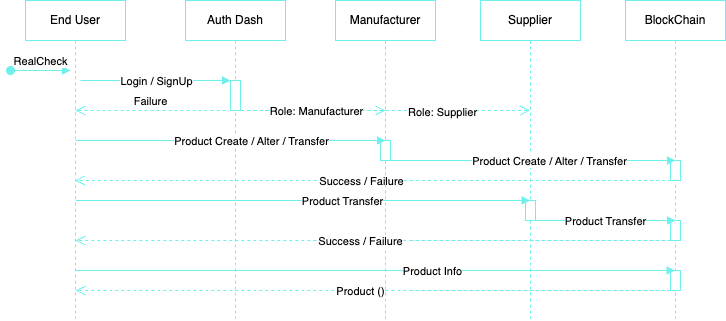
Above: misc/Sequence Diagram.png in Rounaknayee/RealCheck (draw.io), before the change. Source tidied: cells renumbered, new cells last; positions are measured from the earlier drawing's top-left corner, leaving out a move shared by most shapes.
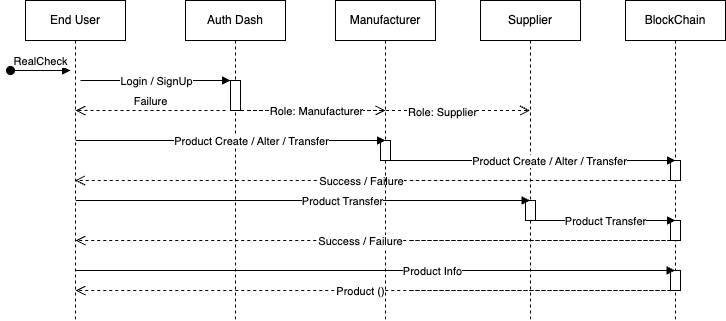
Above is the later version.

Diff of the diagram source:
```diff
@@ -2,22 +2,22 @@
   <root>
     <mxCell id="0" />
     <mxCell id="1" parent="0" />
-    <mxCell id="2" value="End User" style="shape=umlLifeline;perimeter=lifelinePerimeter;whiteSpace=wrap;html=1;outlineConnect=0;portConstraint=eastwest;newEdgeStyle={&quot;edgeStyle&quot;:&quot;elbowEdgeStyle&quot;,&quot;elbow&quot;:&quot;vertical&quot;,&quot;curved&quot;:0,&quot;rounded&quot;:0};strokeColor=#6ff0eb;" parent="1" vertex="1">
+    <mxCell id="2" value="End User" style="shape=umlLifeline;perimeter=lifelinePerimeter;whiteSpace=wrap;html=1;outlineConnect=0;portConstraint=eastwest;newEdgeStyle={&quot;edgeStyle&quot;:&quot;elbowEdgeStyle&quot;,&quot;elbow&quot;:&quot;vertical&quot;,&quot;curved&quot;:0,&quot;rounded&quot;:0};strokeColor=#000000;" parent="1" vertex="1">
       <mxGeometry x="15" width="100" height="320" as="geometry" />
     </mxCell>
-    <mxCell id="3" value="RealCheck" style="html=1;verticalAlign=bottom;startArrow=oval;endArrow=block;startSize=8;edgeStyle=elbowEdgeStyle;elbow=vertical;curved=0;rounded=0;strokeColor=#6ff0eb;" parent="2" edge="1">
+    <mxCell id="3" value="RealCheck" style="html=1;verticalAlign=bottom;startArrow=oval;endArrow=block;startSize=8;edgeStyle=elbowEdgeStyle;elbow=vertical;curved=0;rounded=0;strokeColor=#000000;" parent="2" edge="1">
       <mxGeometry relative="1" as="geometry">
         <mxPoint x="-15" y="70" as="sourcePoint" />
         <mxPoint x="45" y="70" as="targetPoint" />
       </mxGeometry>
     </mxCell>
-    <mxCell id="4" value="Auth Dash" style="shape=umlLifeline;perimeter=lifelinePerimeter;whiteSpace=wrap;html=1;outlineConnect=0;portConstraint=eastwest;newEdgeStyle={&quot;edgeStyle&quot;:&quot;elbowEdgeStyle&quot;,&quot;elbow&quot;:&quot;vertical&quot;,&quot;curved&quot;:0,&quot;rounded&quot;:0};strokeColor=#6ff0eb;" parent="1" vertex="1">
+    <mxCell id="4" value="Auth Dash" style="shape=umlLifeline;perimeter=lifelinePerimeter;whiteSpace=wrap;html=1;outlineConnect=0;portConstraint=eastwest;newEdgeStyle={&quot;edgeStyle&quot;:&quot;elbowEdgeStyle&quot;,&quot;elbow&quot;:&quot;vertical&quot;,&quot;curved&quot;:0,&quot;rounded&quot;:0};strokeColor=#000000;" parent="1" vertex="1">
       <mxGeometry x="175" width="100" height="320" as="geometry" />
     </mxCell>
-    <mxCell id="5" style="html=1;points=[];perimeter=orthogonalPerimeter;outlineConnect=0;targetShapes=umlLifeline;portConstraint=eastwest;newEdgeStyle={&quot;edgeStyle&quot;:&quot;elbowEdgeStyle&quot;,&quot;elbow&quot;:&quot;vertical&quot;,&quot;curved&quot;:0,&quot;rounded&quot;:0};strokeColor=#6ff0eb;" parent="4" vertex="1">
+    <mxCell id="5" style="html=1;points=[];perimeter=orthogonalPerimeter;outlineConnect=0;targetShapes=umlLifeline;portConstraint=eastwest;newEdgeStyle={&quot;edgeStyle&quot;:&quot;elbowEdgeStyle&quot;,&quot;elbow&quot;:&quot;vertical&quot;,&quot;curved&quot;:0,&quot;rounded&quot;:0};strokeColor=#000000;" parent="4" vertex="1">
       <mxGeometry x="45" y="80" width="10" height="30" as="geometry" />
     </mxCell>
-    <mxCell id="6" style="html=1;verticalAlign=bottom;endArrow=block;edgeStyle=elbowEdgeStyle;elbow=vertical;curved=0;rounded=0;strokeColor=#6ff0eb;" parent="1" edge="1" target="5">
+    <mxCell id="6" style="html=1;verticalAlign=bottom;endArrow=block;edgeStyle=elbowEdgeStyle;elbow=vertical;curved=0;rounded=0;strokeColor=#000000;" parent="1" edge="1" target="5">
       <mxGeometry relative="1" as="geometry">
         <mxPoint x="70" y="80" as="sourcePoint" />
         <Array as="points">
@@ -25,12 +25,12 @@
         </Array>
       </mxGeometry>
     </mxCell>
-    <mxCell id="7" value="Login / SignUp" style="edgeLabel;html=1;align=center;verticalAlign=middle;strokeColor=#6ff0eb;" parent="6" vertex="1">
+    <mxCell id="7" value="Login / SignUp" style="edgeLabel;html=1;align=center;verticalAlign=middle;strokeColor=#000000;" parent="6" vertex="1">
       <mxGeometry x="0.25" y="-2" relative="1" as="geometry">
         <mxPoint x="-19" y="-2" as="offset" />
       </mxGeometry>
     </mxCell>
-    <mxCell id="8" style="html=1;verticalAlign=bottom;endArrow=open;dashed=1;endSize=8;edgeStyle=elbowEdgeStyle;elbow=vertical;curved=0;rounded=0;strokeColor=#6ff0eb;" parent="1" edge="1">
+    <mxCell id="8" style="html=1;verticalAlign=bottom;endArrow=open;dashed=1;endSize=8;edgeStyle=elbowEdgeStyle;elbow=vertical;curved=0;rounded=0;strokeColor=#000000;" parent="1" edge="1">
       <mxGeometry relative="1" as="geometry">
         <mxPoint x="399.8" y="180" as="sourcePoint" />
         <mxPoint x="64.5" y="180" as="targetPoint" />
@@ -39,24 +39,24 @@
         </Array>
       </mxGeometry>
     </mxCell>
-    <mxCell id="9" value="Success / Failure" style="edgeLabel;html=1;align=center;verticalAlign=middle;strokeColor=#6ff0eb;" parent="8" vertex="1">
+    <mxCell id="9" value="Success / Failure" style="edgeLabel;html=1;align=center;verticalAlign=middle;strokeColor=#000000;" parent="8" vertex="1">
       <mxGeometry x="0.29" y="-2" relative="1" as="geometry">
         <mxPoint x="-24" y="2" as="offset" />
       </mxGeometry>
     </mxCell>
-    <mxCell id="10" value="Manufacturer" style="shape=umlLifeline;perimeter=lifelinePerimeter;whiteSpace=wrap;html=1;newEdgeStyle={&quot;edgeStyle&quot;:&quot;elbowEdgeStyle&quot;,&quot;elbow&quot;:&quot;vertical&quot;,&quot;curved&quot;:0,&quot;rounded&quot;:0};strokeColor=#6ff0eb;" parent="1" vertex="1">
+    <mxCell id="10" value="Manufacturer" style="shape=umlLifeline;perimeter=lifelinePerimeter;whiteSpace=wrap;html=1;newEdgeStyle={&quot;edgeStyle&quot;:&quot;elbowEdgeStyle&quot;,&quot;elbow&quot;:&quot;vertical&quot;,&quot;curved&quot;:0,&quot;rounded&quot;:0};strokeColor=#000000;" parent="1" vertex="1">
       <mxGeometry x="325" width="100" height="320" as="geometry" />
     </mxCell>
-    <mxCell id="11" style="html=1;perimeter=orthogonalPerimeter;targetShapes=umlLifeline;newEdgeStyle={&quot;edgeStyle&quot;:&quot;elbowEdgeStyle&quot;,&quot;elbow&quot;:&quot;vertical&quot;,&quot;curved&quot;:0,&quot;rounded&quot;:0};strokeColor=#6ff0eb;" parent="10" vertex="1">
+    <mxCell id="11" style="html=1;perimeter=orthogonalPerimeter;targetShapes=umlLifeline;newEdgeStyle={&quot;edgeStyle&quot;:&quot;elbowEdgeStyle&quot;,&quot;elbow&quot;:&quot;vertical&quot;,&quot;curved&quot;:0,&quot;rounded&quot;:0};strokeColor=#000000;" parent="10" vertex="1">
       <mxGeometry x="45" y="140" width="10" height="20" as="geometry" />
     </mxCell>
-    <mxCell id="12" value="Supplier" style="shape=umlLifeline;perimeter=lifelinePerimeter;whiteSpace=wrap;html=1;outlineConnect=0;portConstraint=eastwest;newEdgeStyle={&quot;edgeStyle&quot;:&quot;elbowEdgeStyle&quot;,&quot;elbow&quot;:&quot;vertical&quot;,&quot;curved&quot;:0,&quot;rounded&quot;:0};strokeColor=#6ff0eb;" parent="1" vertex="1">
+    <mxCell id="12" value="Supplier" style="shape=umlLifeline;perimeter=lifelinePerimeter;whiteSpace=wrap;html=1;outlineConnect=0;portConstraint=eastwest;newEdgeStyle={&quot;edgeStyle&quot;:&quot;elbowEdgeStyle&quot;,&quot;elbow&quot;:&quot;vertical&quot;,&quot;curved&quot;:0,&quot;rounded&quot;:0};strokeColor=#000000;" parent="1" vertex="1">
       <mxGeometry x="470" width="100" height="320" as="geometry" />
     </mxCell>
-    <mxCell id="13" style="html=1;perimeter=orthogonalPerimeter;targetShapes=umlLifeline;newEdgeStyle={&quot;edgeStyle&quot;:&quot;elbowEdgeStyle&quot;,&quot;elbow&quot;:&quot;vertical&quot;,&quot;curved&quot;:0,&quot;rounded&quot;:0};strokeColor=#6ff0eb;" parent="12" vertex="1">
+    <mxCell id="13" style="html=1;perimeter=orthogonalPerimeter;targetShapes=umlLifeline;newEdgeStyle={&quot;edgeStyle&quot;:&quot;elbowEdgeStyle&quot;,&quot;elbow&quot;:&quot;vertical&quot;,&quot;curved&quot;:0,&quot;rounded&quot;:0};strokeColor=#000000;" parent="12" vertex="1">
       <mxGeometry x="45" y="200" width="10" height="20" as="geometry" />
     </mxCell>
-    <mxCell id="14" style="html=1;verticalAlign=bottom;endArrow=open;dashed=1;endSize=8;edgeStyle=elbowEdgeStyle;elbow=vertical;curved=0;rounded=0;strokeColor=#6ff0eb;" parent="1" edge="1" target="12">
+    <mxCell id="14" style="html=1;verticalAlign=bottom;endArrow=open;dashed=1;endSize=8;edgeStyle=elbowEdgeStyle;elbow=vertical;curved=0;rounded=0;strokeColor=#000000;" parent="1" edge="1" target="12">
       <mxGeometry relative="1" as="geometry">
         <mxPoint x="237.5" y="110" as="sourcePoint" />
         <Array as="points">
@@ -64,10 +64,10 @@
         </Array>
       </mxGeometry>
     </mxCell>
-    <mxCell id="15" value="Role: Supplier" style="edgeLabel;html=1;align=center;verticalAlign=middle;strokeColor=#6ff0eb;" parent="14" vertex="1">
+    <mxCell id="15" value="Role: Supplier" style="edgeLabel;html=1;align=center;verticalAlign=middle;strokeColor=#000000;" parent="14" vertex="1">
       <mxGeometry x="0.38" y="-1" relative="1" as="geometry" />
     </mxCell>
-    <mxCell id="16" style="html=1;verticalAlign=bottom;endArrow=open;dashed=1;endSize=8;edgeStyle=elbowEdgeStyle;elbow=vertical;curved=0;rounded=0;strokeColor=#6ff0eb;" parent="1" edge="1" source="4">
+    <mxCell id="16" style="html=1;verticalAlign=bottom;endArrow=open;dashed=1;endSize=8;edgeStyle=elbowEdgeStyle;elbow=vertical;curved=0;rounded=0;strokeColor=#000000;" parent="1" edge="1" source="4">
       <mxGeometry relative="1" as="geometry">
         <mxPoint x="375" y="110" as="targetPoint" />
         <Array as="points">
@@ -75,10 +75,10 @@
         </Array>
       </mxGeometry>
     </mxCell>
-    <mxCell id="17" value="Role: Manufacturer" style="edgeLabel;html=1;align=center;verticalAlign=middle;strokeColor=#6ff0eb;" parent="16" vertex="1">
+    <mxCell id="17" value="Role: Manufacturer" style="edgeLabel;html=1;align=center;verticalAlign=middle;strokeColor=#000000;" parent="16" vertex="1">
       <mxGeometry x="0.08" relative="1" as="geometry" />
     </mxCell>
-    <mxCell id="18" style="html=1;verticalAlign=bottom;endArrow=block;edgeStyle=elbowEdgeStyle;elbow=vertical;curved=0;rounded=0;strokeColor=#6ff0eb;" parent="1" edge="1">
+    <mxCell id="18" style="html=1;verticalAlign=bottom;endArrow=block;edgeStyle=elbowEdgeStyle;elbow=vertical;curved=0;rounded=0;strokeColor=#000000;" parent="1" edge="1">
       <mxGeometry relative="1" as="geometry">
         <mxPoint x="65.2" y="140" as="sourcePoint" />
         <mxPoint x="375" y="140" as="targetPoint" />
@@ -87,12 +87,12 @@
         </Array>
       </mxGeometry>
     </mxCell>
-    <mxCell id="19" value="Product Create / Alter / Transfer" style="edgeLabel;html=1;align=center;verticalAlign=middle;strokeColor=#6ff0eb;" parent="18" vertex="1">
+    <mxCell id="19" value="Product Create / Alter / Transfer" style="edgeLabel;html=1;align=center;verticalAlign=middle;strokeColor=#000000;" parent="18" vertex="1">
       <mxGeometry x="0.25" y="-2" relative="1" as="geometry">
         <mxPoint x="-19" y="-2" as="offset" />
       </mxGeometry>
     </mxCell>
-    <mxCell id="20" value="Failure" style="html=1;verticalAlign=bottom;endArrow=open;dashed=1;endSize=8;edgeStyle=elbowEdgeStyle;elbow=vertical;curved=0;rounded=0;strokeColor=#6ff0eb;" parent="1" edge="1">
+    <mxCell id="20" value="Failure" style="html=1;verticalAlign=bottom;endArrow=open;dashed=1;endSize=8;edgeStyle=elbowEdgeStyle;elbow=vertical;curved=0;rounded=0;strokeColor=#000000;" parent="1" edge="1">
       <mxGeometry relative="1" as="geometry">
         <mxPoint x="215" y="110" as="sourcePoint" />
         <mxPoint x="65" y="110" as="targetPoint" />
@@ -101,7 +101,7 @@
         </Array>
       </mxGeometry>
     </mxCell>
-    <mxCell id="21" style="html=1;verticalAlign=bottom;endArrow=block;edgeStyle=elbowEdgeStyle;elbow=vertical;curved=0;rounded=0;strokeColor=#6ff0eb;" parent="1" edge="1" target="12">
+    <mxCell id="21" style="html=1;verticalAlign=bottom;endArrow=block;edgeStyle=elbowEdgeStyle;elbow=vertical;curved=0;rounded=0;strokeColor=#000000;" parent="1" edge="1" target="12">
       <mxGeometry relative="1" as="geometry">
         <mxPoint x="65.2" y="200" as="sourcePoint" />
         <Array as="points">
@@ -109,24 +109,24 @@
         </Array>
       </mxGeometry>
     </mxCell>
-    <mxCell id="22" value="Product Transfer" style="edgeLabel;html=1;align=center;verticalAlign=middle;strokeColor=#6ff0eb;" parent="21" vertex="1">
+    <mxCell id="22" value="Product Transfer" style="edgeLabel;html=1;align=center;verticalAlign=middle;strokeColor=#000000;" parent="21" vertex="1">
       <mxGeometry x="0.25" y="-2" relative="1" as="geometry">
         <mxPoint x="-19" y="-2" as="offset" />
       </mxGeometry>
     </mxCell>
-    <mxCell id="23" value="BlockChain" style="shape=umlLifeline;perimeter=lifelinePerimeter;whiteSpace=wrap;html=1;outlineConnect=0;portConstraint=eastwest;newEdgeStyle={&quot;edgeStyle&quot;:&quot;elbowEdgeStyle&quot;,&quot;elbow&quot;:&quot;vertical&quot;,&quot;curved&quot;:0,&quot;rounded&quot;:0};strokeColor=#6ff0eb;" parent="1" vertex="1">
+    <mxCell id="23" value="BlockChain" style="shape=umlLifeline;perimeter=lifelinePerimeter;whiteSpace=wrap;html=1;outlineConnect=0;portConstraint=eastwest;newEdgeStyle={&quot;edgeStyle&quot;:&quot;elbowEdgeStyle&quot;,&quot;elbow&quot;:&quot;vertical&quot;,&quot;curved&quot;:0,&quot;rounded&quot;:0};strokeColor=#000000;" parent="1" vertex="1">
       <mxGeometry x="615" width="100" height="320" as="geometry" />
     </mxCell>
-    <mxCell id="24" style="html=1;perimeter=orthogonalPerimeter;targetShapes=umlLifeline;newEdgeStyle={&quot;edgeStyle&quot;:&quot;elbowEdgeStyle&quot;,&quot;elbow&quot;:&quot;vertical&quot;,&quot;curved&quot;:0,&quot;rounded&quot;:0};strokeColor=#6ff0eb;" parent="23" vertex="1">
+    <mxCell id="24" style="html=1;perimeter=orthogonalPerimeter;targetShapes=umlLifeline;newEdgeStyle={&quot;edgeStyle&quot;:&quot;elbowEdgeStyle&quot;,&quot;elbow&quot;:&quot;vertical&quot;,&quot;curved&quot;:0,&quot;rounded&quot;:0};strokeColor=#000000;" parent="23" vertex="1">
       <mxGeometry x="45" y="160" width="10" height="20" as="geometry" />
     </mxCell>
-    <mxCell id="25" style="html=1;perimeter=orthogonalPerimeter;targetShapes=umlLifeline;newEdgeStyle={&quot;edgeStyle&quot;:&quot;elbowEdgeStyle&quot;,&quot;elbow&quot;:&quot;vertical&quot;,&quot;curved&quot;:0,&quot;rounded&quot;:0};strokeColor=#6ff0eb;" parent="23" vertex="1">
+    <mxCell id="25" style="html=1;perimeter=orthogonalPerimeter;targetShapes=umlLifeline;newEdgeStyle={&quot;edgeStyle&quot;:&quot;elbowEdgeStyle&quot;,&quot;elbow&quot;:&quot;vertical&quot;,&quot;curved&quot;:0,&quot;rounded&quot;:0};strokeColor=#000000;" parent="23" vertex="1">
       <mxGeometry x="45" y="220" width="10" height="20" as="geometry" />
     </mxCell>
-    <mxCell id="26" style="html=1;perimeter=orthogonalPerimeter;targetShapes=umlLifeline;newEdgeStyle={&quot;edgeStyle&quot;:&quot;elbowEdgeStyle&quot;,&quot;elbow&quot;:&quot;vertical&quot;,&quot;curved&quot;:0,&quot;rounded&quot;:0};strokeColor=#6ff0eb;" parent="23" vertex="1">
+    <mxCell id="26" style="html=1;perimeter=orthogonalPerimeter;targetShapes=umlLifeline;newEdgeStyle={&quot;edgeStyle&quot;:&quot;elbowEdgeStyle&quot;,&quot;elbow&quot;:&quot;vertical&quot;,&quot;curved&quot;:0,&quot;rounded&quot;:0};" parent="23" vertex="1">
       <mxGeometry x="45" y="270" width="10" height="20" as="geometry" />
     </mxCell>
-    <mxCell id="27" style="html=1;verticalAlign=bottom;endArrow=block;edgeStyle=elbowEdgeStyle;elbow=vertical;curved=0;rounded=0;strokeColor=#6ff0eb;" parent="1" edge="1">
+    <mxCell id="27" style="html=1;verticalAlign=bottom;endArrow=block;edgeStyle=elbowEdgeStyle;elbow=vertical;curved=0;rounded=0;strokeColor=#000000;" parent="1" edge="1">
       <mxGeometry relative="1" as="geometry">
         <mxPoint x="375.1" y="160" as="sourcePoint" />
         <mxPoint x="665" y="160" as="targetPoint" />
@@ -135,12 +135,12 @@
         </Array>
       </mxGeometry>
     </mxCell>
-    <mxCell id="28" value="Product Create / Alter / Transfer" style="edgeLabel;html=1;align=center;verticalAlign=middle;strokeColor=#6ff0eb;" parent="27" vertex="1">
+    <mxCell id="28" value="Product Create / Alter / Transfer" style="edgeLabel;html=1;align=center;verticalAlign=middle;strokeColor=#000000;" parent="27" vertex="1">
       <mxGeometry x="0.25" y="-2" relative="1" as="geometry">
         <mxPoint x="-19" y="-2" as="offset" />
       </mxGeometry>
     </mxCell>
-    <mxCell id="29" style="html=1;verticalAlign=bottom;endArrow=block;edgeStyle=elbowEdgeStyle;elbow=vertical;curved=0;rounded=0;strokeColor=#6ff0eb;" parent="1" edge="1">
+    <mxCell id="29" style="html=1;verticalAlign=bottom;endArrow=block;edgeStyle=elbowEdgeStyle;elbow=vertical;curved=0;rounded=0;strokeColor=#000000;" parent="1" edge="1">
       <mxGeometry relative="1" as="geometry">
         <mxPoint x="525" y="220" as="sourcePoint" />
         <mxPoint x="665" y="220" as="targetPoint" />
@@ -149,12 +149,12 @@
         </Array>
       </mxGeometry>
     </mxCell>
-    <mxCell id="30" value="Product Transfer" style="edgeLabel;html=1;align=center;verticalAlign=middle;strokeColor=#6ff0eb;" parent="29" vertex="1">
+    <mxCell id="30" value="Product Transfer" style="edgeLabel;html=1;align=center;verticalAlign=middle;strokeColor=#000000;" parent="29" vertex="1">
       <mxGeometry x="0.25" y="-2" relative="1" as="geometry">
         <mxPoint x="-19" y="-2" as="offset" />
       </mxGeometry>
     </mxCell>
-    <mxCell id="31" style="html=1;verticalAlign=bottom;endArrow=open;dashed=1;endSize=8;edgeStyle=elbowEdgeStyle;elbow=vertical;curved=0;rounded=0;strokeColor=#6ff0eb;" parent="1" edge="1">
+    <mxCell id="31" style="html=1;verticalAlign=bottom;endArrow=open;dashed=1;endSize=8;edgeStyle=elbowEdgeStyle;elbow=vertical;curved=0;rounded=0;strokeColor=#000000;" parent="1" edge="1">
       <mxGeometry relative="1" as="geometry">
         <mxPoint x="400.2" y="240" as="sourcePoint" />
         <mxPoint x="65" y="240" as="targetPoint" />
@@ -163,24 +163,24 @@
         </Array>
       </mxGeometry>
     </mxCell>
-    <mxCell id="32" value="Success / Failure" style="edgeLabel;html=1;align=center;verticalAlign=middle;strokeColor=#6ff0eb;" parent="31" vertex="1">
+    <mxCell id="32" value="Success / Failure" style="edgeLabel;html=1;align=center;verticalAlign=middle;strokeColor=#000000;" parent="31" vertex="1">
       <mxGeometry x="0.29" y="-2" relative="1" as="geometry">
         <mxPoint x="-24" y="2" as="offset" />
       </mxGeometry>
     </mxCell>
-    <mxCell id="33" style="html=1;verticalAlign=bottom;endArrow=block;edgeStyle=elbowEdgeStyle;elbow=vertical;curved=0;rounded=0;strokeColor=#6ff0eb;" parent="1" edge="1" source="2" target="23">
+    <mxCell id="33" style="html=1;verticalAlign=bottom;endArrow=block;edgeStyle=elbowEdgeStyle;elbow=vertical;curved=0;rounded=0;strokeColor=#000000;" parent="1" edge="1" source="2" target="23">
       <mxGeometry relative="1" as="geometry">
         <Array as="points">
           <mxPoint x="160" y="270" />
         </Array>
       </mxGeometry>
     </mxCell>
-    <mxCell id="34" value="Product Info" style="edgeLabel;html=1;align=center;verticalAlign=middle;strokeColor=#6ff0eb;" parent="33" vertex="1">
+    <mxCell id="34" value="Product Info" style="edgeLabel;html=1;align=center;verticalAlign=middle;strokeColor=#000000;" parent="33" vertex="1">
       <mxGeometry x="0.25" y="-2" relative="1" as="geometry">
         <mxPoint x="-19" y="-2" as="offset" />
       </mxGeometry>
     </mxCell>
-    <mxCell id="35" style="html=1;verticalAlign=bottom;endArrow=open;dashed=1;endSize=8;edgeStyle=elbowEdgeStyle;elbow=vertical;curved=0;rounded=0;strokeColor=#6ff0eb;" parent="1" edge="1">
+    <mxCell id="35" style="html=1;verticalAlign=bottom;endArrow=open;dashed=1;endSize=8;edgeStyle=elbowEdgeStyle;elbow=vertical;curved=0;rounded=0;strokeColor=#000000;" parent="1" edge="1">
       <mxGeometry relative="1" as="geometry">
         <mxPoint x="400.2" y="290" as="sourcePoint" />
         <mxPoint x="65" y="290" as="targetPoint" />
@@ -189,7 +189,7 @@
         </Array>
       </mxGeometry>
     </mxCell>
-    <mxCell id="36" value="Product ()" style="edgeLabel;html=1;align=center;verticalAlign=middle;strokeColor=#6ff0eb;" parent="35" vertex="1">
+    <mxCell id="36" value="Product ()" style="edgeLabel;html=1;align=center;verticalAlign=middle;strokeColor=#000000;" parent="35" vertex="1">
       <mxGeometry x="0.29" y="-2" relative="1" as="geometry">
         <mxPoint x="-24" y="2" as="offset" />
       </mxGeometry>
```
